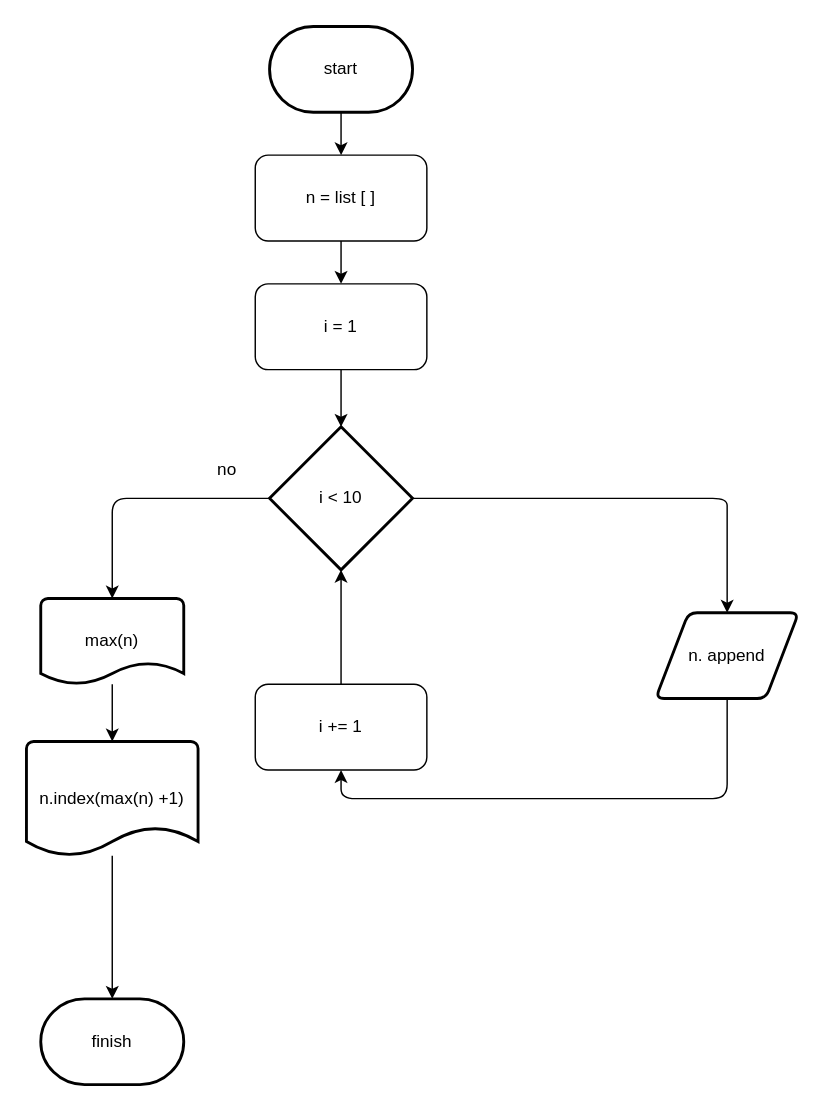
Earlier version of the draw.io diagram stage/04_1D-list/2562.drawio (Gyeongrok-Oh/boj). Source tidied: cells renumbered, new cells numbered last; positions are measured from the earlier drawing's top-left corner, leaving out a move shared by most shapes. Both pictures are drawn from the tidied source at 143%, with x=0, y=0 at pixel (26, 26).
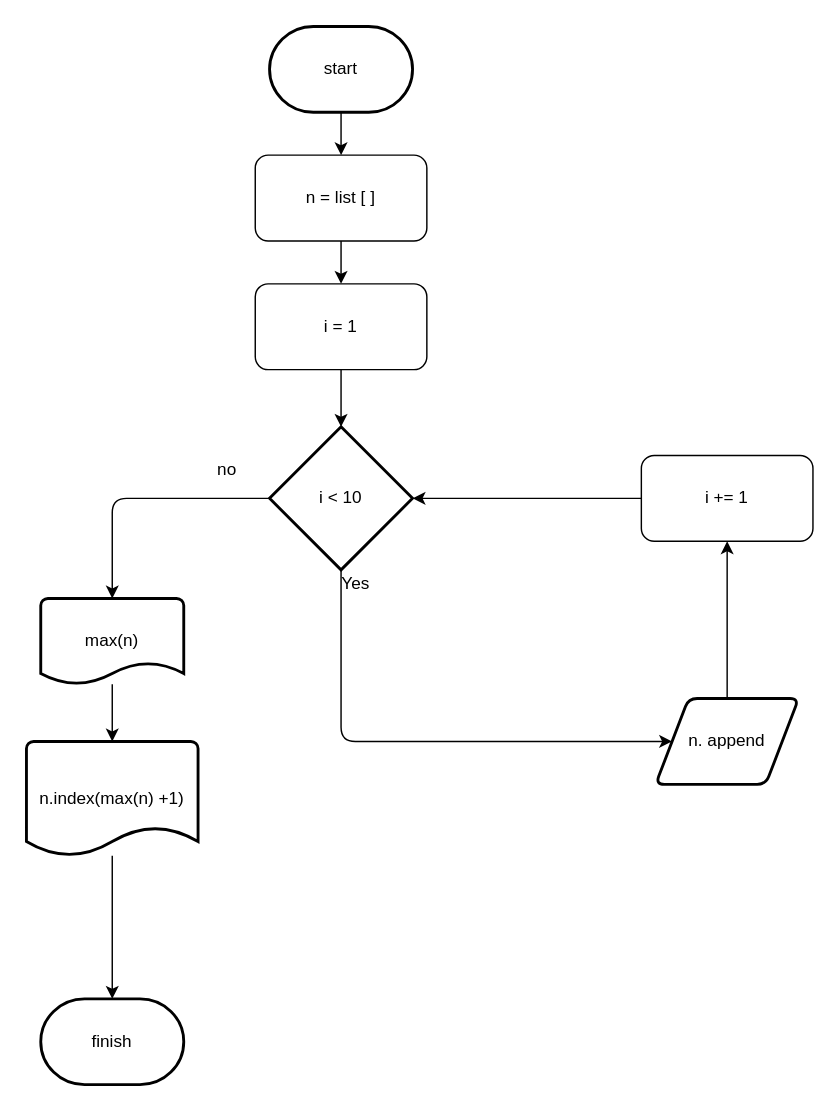
Above is the later version.

The change refers to these unchanged cells:
```xml
<mxCell id="10" value="i &amp;lt; 10" style="strokeWidth=2;html=1;shape=mxgraph.flowchart.decision;whiteSpace=wrap;" parent="1" vertex="1">
  <mxGeometry x="170" y="280" width="100" height="100" as="geometry" />
</mxCell>
```

Change to the diagram source:
```diff
@@
-    <mxCell id="8" style="edgeStyle=none;html=1;" parent="1" edge="1" source="10">
-      <mxGeometry relative="1" as="geometry">
-        <mxPoint x="490" y="410" as="targetPoint" />
-        <Array as="points">
-          <mxPoint x="490" y="330" />
-          <mxPoint x="490" y="340" />
-        </Array>
-      </mxGeometry>
-    </mxCell>
@@
+    <mxCell id="21" style="edgeStyle=none;html=1;entryX=0;entryY=0.5;entryDx=0;entryDy=0;" parent="1" edge="1" source="10" target="12">
+      <mxGeometry relative="1" as="geometry">
+        <Array as="points">
+          <mxPoint x="220" y="500" />
+        </Array>
+      </mxGeometry>
+    </mxCell>
@@
-    <mxCell id="11" style="edgeStyle=none;html=1;" parent="1" edge="1" source="12">
-      <mxGeometry relative="1" as="geometry">
-        <mxPoint x="220" y="520" as="targetPoint" />
-        <Array as="points">
-          <mxPoint x="490" y="540" />
-          <mxPoint x="220" y="540" />
-        </Array>
-      </mxGeometry>
-    </mxCell>
+    <mxCell id="22" style="edgeStyle=none;html=1;" parent="1" edge="1" source="12" target="15">
+      <mxGeometry relative="1" as="geometry" />
+    </mxCell>
     <mxCell id="12" value="n. append" style="shape=parallelogram;html=1;strokeWidth=2;perimeter=parallelogramPerimeter;whiteSpace=wrap;rounded=1;arcSize=12;size=0.23;" parent="1" vertex="1">
-      <mxGeometry x="440" y="410" width="100" height="60" as="geometry" />
+      <mxGeometry x="440" y="470" width="100" height="60" as="geometry" />
     </mxCell>
@@
-    <mxCell id="14" style="edgeStyle=none;html=1;entryX=0.5;entryY=1;entryDx=0;entryDy=0;entryPerimeter=0;" parent="1" edge="1" source="15" target="10">
+    <mxCell id="14" style="edgeStyle=none;html=1;" parent="1" edge="1" source="15" target="10">
       <mxGeometry relative="1" as="geometry" />
     </mxCell>
     <mxCell id="15" value="i += 1" style="rounded=1;whiteSpace=wrap;html=1;" parent="1" vertex="1">
-      <mxGeometry x="160" y="460" width="120" height="60" as="geometry" />
+      <mxGeometry x="430" y="300" width="120" height="60" as="geometry" />
     </mxCell>
@@
+    <mxCell id="23" value="Yes" style="text;html=1;align=center;verticalAlign=middle;strokeColor=none;fillColor=none;" parent="1" vertex="1">
+      <mxGeometry x="215" y="380" width="30" height="20" as="geometry" />
+    </mxCell>
```
